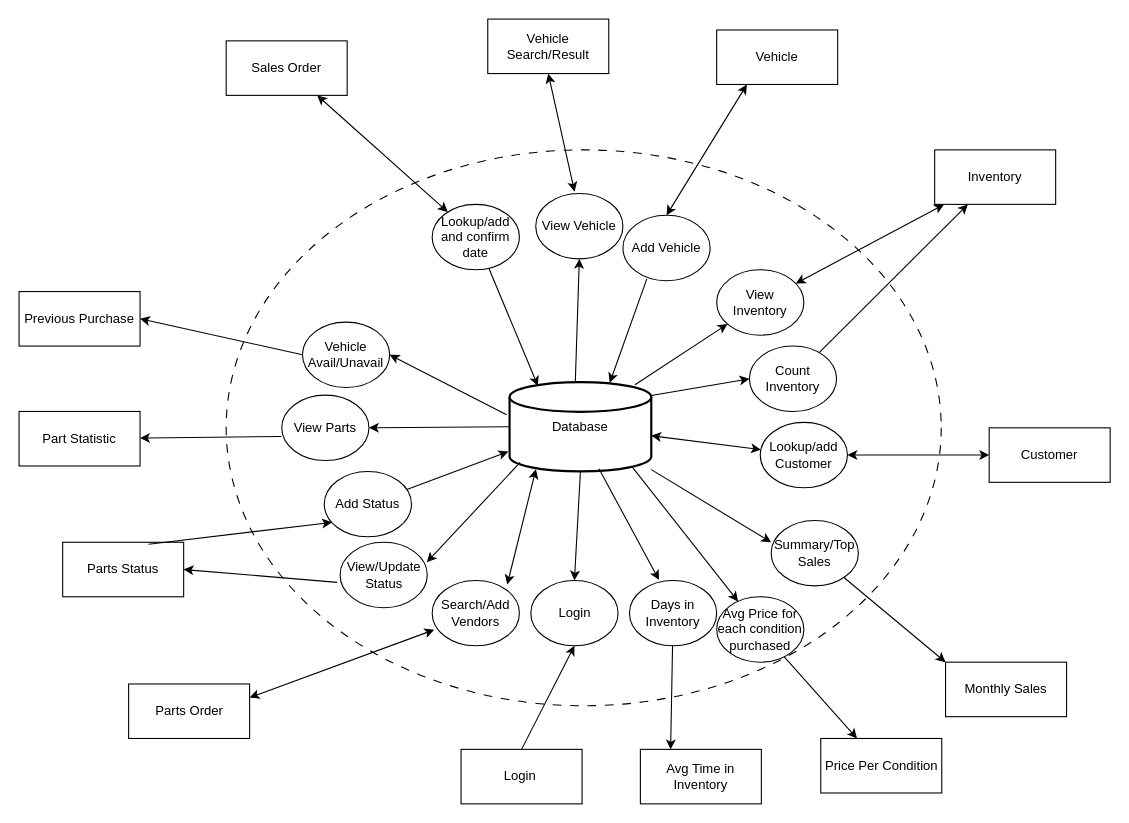
Earlier version of the draw.io diagram phase1IFD.drawio (dav1dwd/CS6400). Source tidied: cells renumbered, new cells numbered last; positions are measured from the earlier drawing's top-left corner, leaving out a move shared by most shapes. Both pictures are drawn from the tidied source at 109%, with x=0, y=0 at pixel (19, 19).
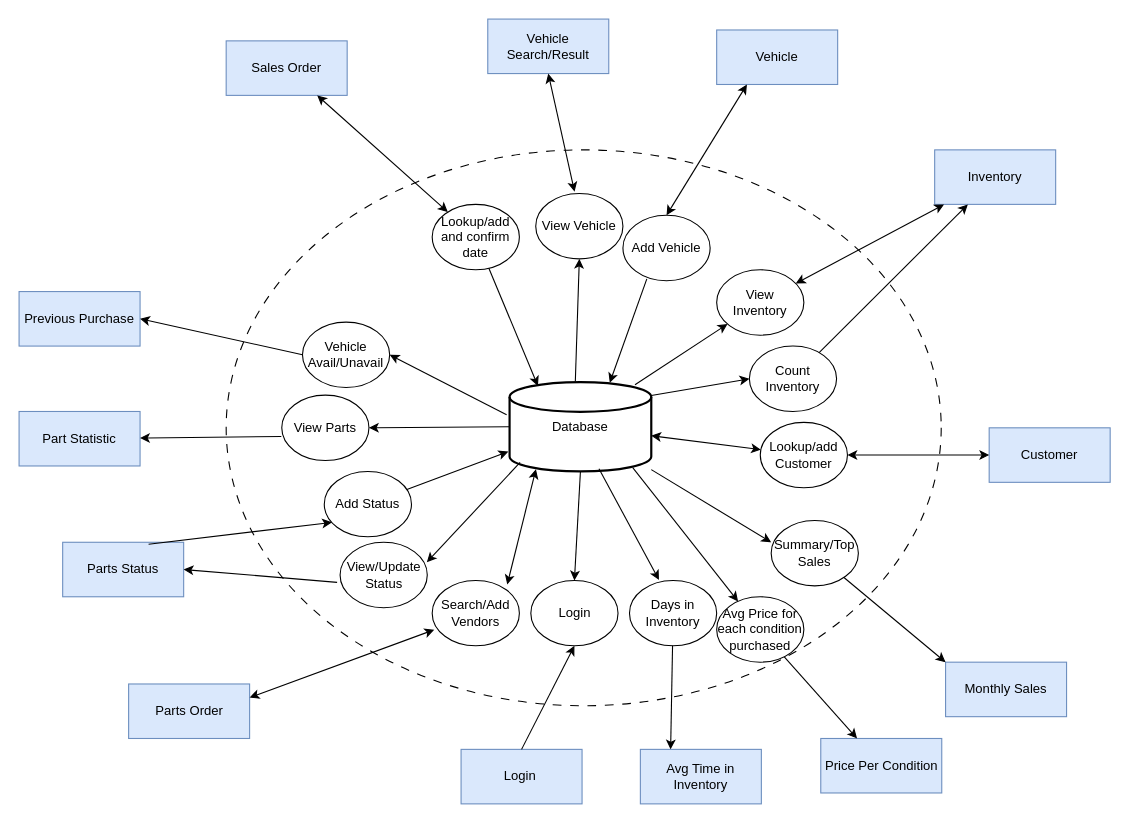
The same diagram, later.

The edit, as a diff of the source:
```diff
@@
-    <mxCell id="3" value="Login&amp;nbsp;" style="rounded=0;whiteSpace=wrap;html=1;" parent="1" vertex="1">
+    <mxCell id="3" value="Login&amp;nbsp;" style="rounded=0;whiteSpace=wrap;html=1;fillColor=#dae8fc;strokeColor=#6c8ebf;" parent="1" vertex="1">
       <mxGeometry x="405.5" y="670" width="111" height="50" as="geometry" />
     </mxCell>
@@
-    <mxCell id="11" value="Vehicle Search/Result" style="rounded=0;whiteSpace=wrap;html=1;" parent="1" vertex="1">
+    <mxCell id="11" value="Vehicle Search/Result" style="rounded=0;whiteSpace=wrap;html=1;fillColor=#dae8fc;strokeColor=#6c8ebf;" parent="1" vertex="1">
       <mxGeometry x="430" width="111" height="50" as="geometry" />
     </mxCell>
-    <mxCell id="12" value="Vehicle" style="rounded=0;whiteSpace=wrap;html=1;" parent="1" vertex="1">
+    <mxCell id="12" value="Vehicle" style="rounded=0;whiteSpace=wrap;html=1;fillColor=#dae8fc;strokeColor=#6c8ebf;" parent="1" vertex="1">
       <mxGeometry x="640" y="10" width="111" height="50" as="geometry" />
     </mxCell>
-    <mxCell id="13" value="Customer" style="rounded=0;whiteSpace=wrap;html=1;" parent="1" vertex="1">
+    <mxCell id="13" value="Customer" style="rounded=0;whiteSpace=wrap;html=1;fillColor=#dae8fc;strokeColor=#6c8ebf;" parent="1" vertex="1">
       <mxGeometry x="890" y="375" width="111" height="50" as="geometry" />
     </mxCell>
-    <mxCell id="14" value="Parts Status" style="rounded=0;whiteSpace=wrap;html=1;" parent="1" vertex="1">
+    <mxCell id="14" value="Parts Status" style="rounded=0;whiteSpace=wrap;html=1;fillColor=#dae8fc;strokeColor=#6c8ebf;" parent="1" vertex="1">
       <mxGeometry x="40" y="480" width="111" height="50" as="geometry" />
     </mxCell>
-    <mxCell id="15" value="Sales Order" style="rounded=0;whiteSpace=wrap;html=1;" parent="1" vertex="1">
+    <mxCell id="15" value="Sales Order" style="rounded=0;whiteSpace=wrap;html=1;fillColor=#dae8fc;strokeColor=#6c8ebf;" parent="1" vertex="1">
       <mxGeometry x="190" y="20" width="111" height="50" as="geometry" />
     </mxCell>
@@
-    <mxCell id="19" value="Part Statistic" style="rounded=0;whiteSpace=wrap;html=1;" parent="1" vertex="1">
+    <mxCell id="19" value="Part Statistic" style="rounded=0;whiteSpace=wrap;html=1;fillColor=#dae8fc;strokeColor=#6c8ebf;" parent="1" vertex="1">
       <mxGeometry y="360" width="111" height="50" as="geometry" />
     </mxCell>
@@
-    <mxCell id="21" value="Previous Purchase" style="rounded=0;whiteSpace=wrap;html=1;" parent="1" vertex="1">
+    <mxCell id="21" value="Previous Purchase" style="rounded=0;whiteSpace=wrap;html=1;fillColor=#dae8fc;strokeColor=#6c8ebf;" parent="1" vertex="1">
       <mxGeometry y="250" width="111" height="50" as="geometry" />
     </mxCell>
@@
-    <mxCell id="23" value="Inventory&lt;br&gt;" style="rounded=0;whiteSpace=wrap;html=1;" parent="1" vertex="1">
+    <mxCell id="23" value="Inventory&lt;br&gt;" style="rounded=0;whiteSpace=wrap;html=1;fillColor=#dae8fc;strokeColor=#6c8ebf;" parent="1" vertex="1">
       <mxGeometry x="840" y="120" width="111" height="50" as="geometry" />
     </mxCell>
@@
-    <mxCell id="26" value="Parts Order" style="rounded=0;whiteSpace=wrap;html=1;" parent="1" vertex="1">
+    <mxCell id="26" value="Parts Order" style="rounded=0;whiteSpace=wrap;html=1;fillColor=#dae8fc;strokeColor=#6c8ebf;" parent="1" vertex="1">
       <mxGeometry x="100.5" y="610" width="111" height="50" as="geometry" />
     </mxCell>
@@
-    <mxCell id="48" value="Avg Time in Inventory" style="rounded=0;whiteSpace=wrap;html=1;" parent="1" vertex="1">
+    <mxCell id="48" value="Avg Time in Inventory" style="rounded=0;whiteSpace=wrap;html=1;fillColor=#dae8fc;strokeColor=#6c8ebf;" parent="1" vertex="1">
       <mxGeometry x="570" y="670" width="111" height="50" as="geometry" />
     </mxCell>
@@
-    <mxCell id="52" value="Price Per Condition" style="rounded=0;whiteSpace=wrap;html=1;" parent="1" vertex="1">
+    <mxCell id="52" value="Price Per Condition" style="rounded=0;whiteSpace=wrap;html=1;fillColor=#dae8fc;strokeColor=#6c8ebf;" parent="1" vertex="1">
       <mxGeometry x="735.5" y="660" width="111" height="50" as="geometry" />
     </mxCell>
@@
-    <mxCell id="57" value="Monthly Sales" style="rounded=0;whiteSpace=wrap;html=1;" parent="1" vertex="1">
+    <mxCell id="57" value="Monthly Sales" style="rounded=0;whiteSpace=wrap;html=1;fillColor=#dae8fc;strokeColor=#6c8ebf;" parent="1" vertex="1">
       <mxGeometry x="850" y="590" width="111" height="50" as="geometry" />
     </mxCell>
```
